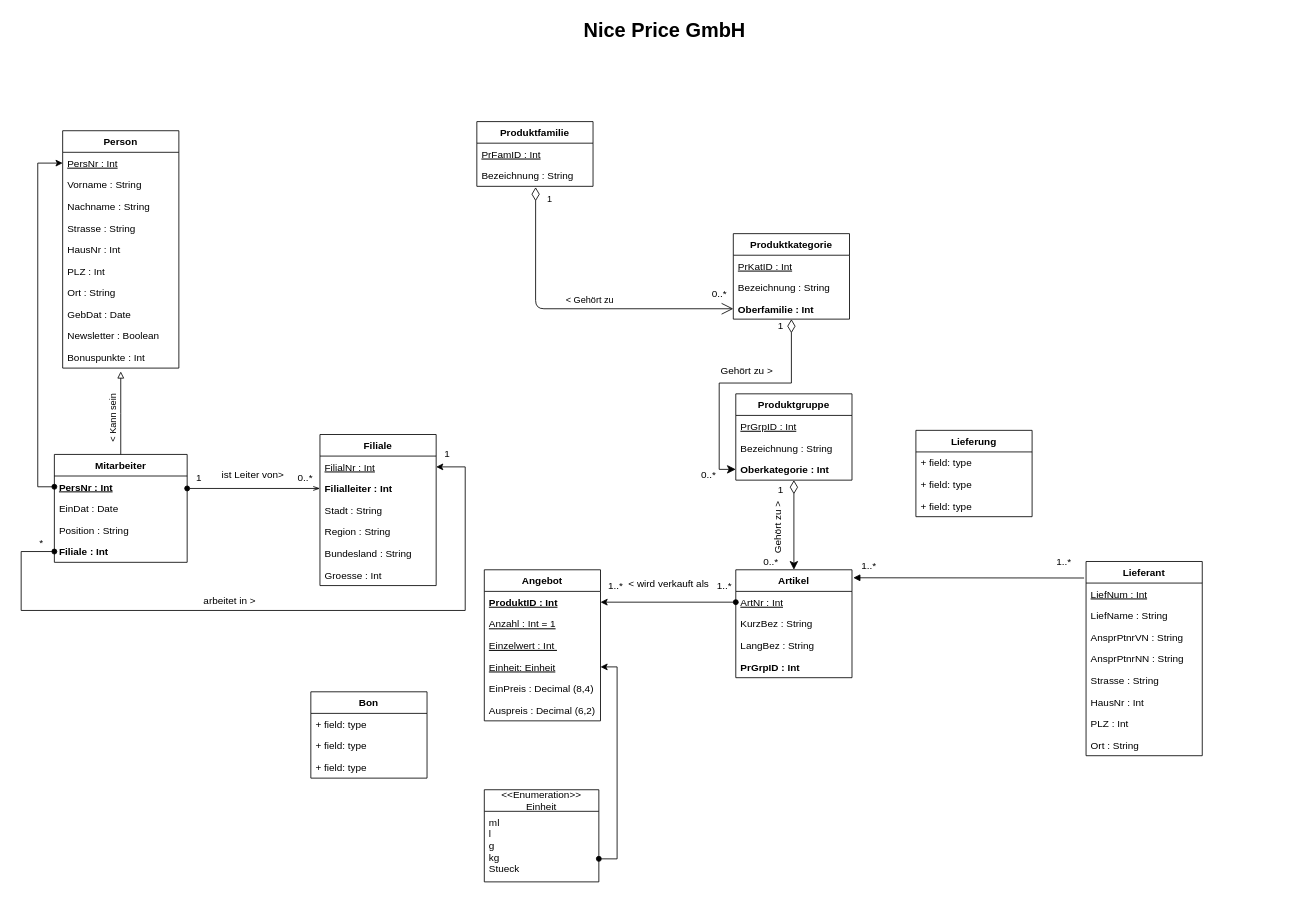
Resteklicken/DBS keeps this draw.io diagram as NicePriceUML.drawio. Above is the earlier version. Source tidied: cells renumbered, new cells numbered last; positions are measured from the earlier drawing's top-left corner, leaving out a move shared by most shapes. Both pictures are drawn from the tidied source at 83%, with x=0, y=0 at pixel (21, 14).
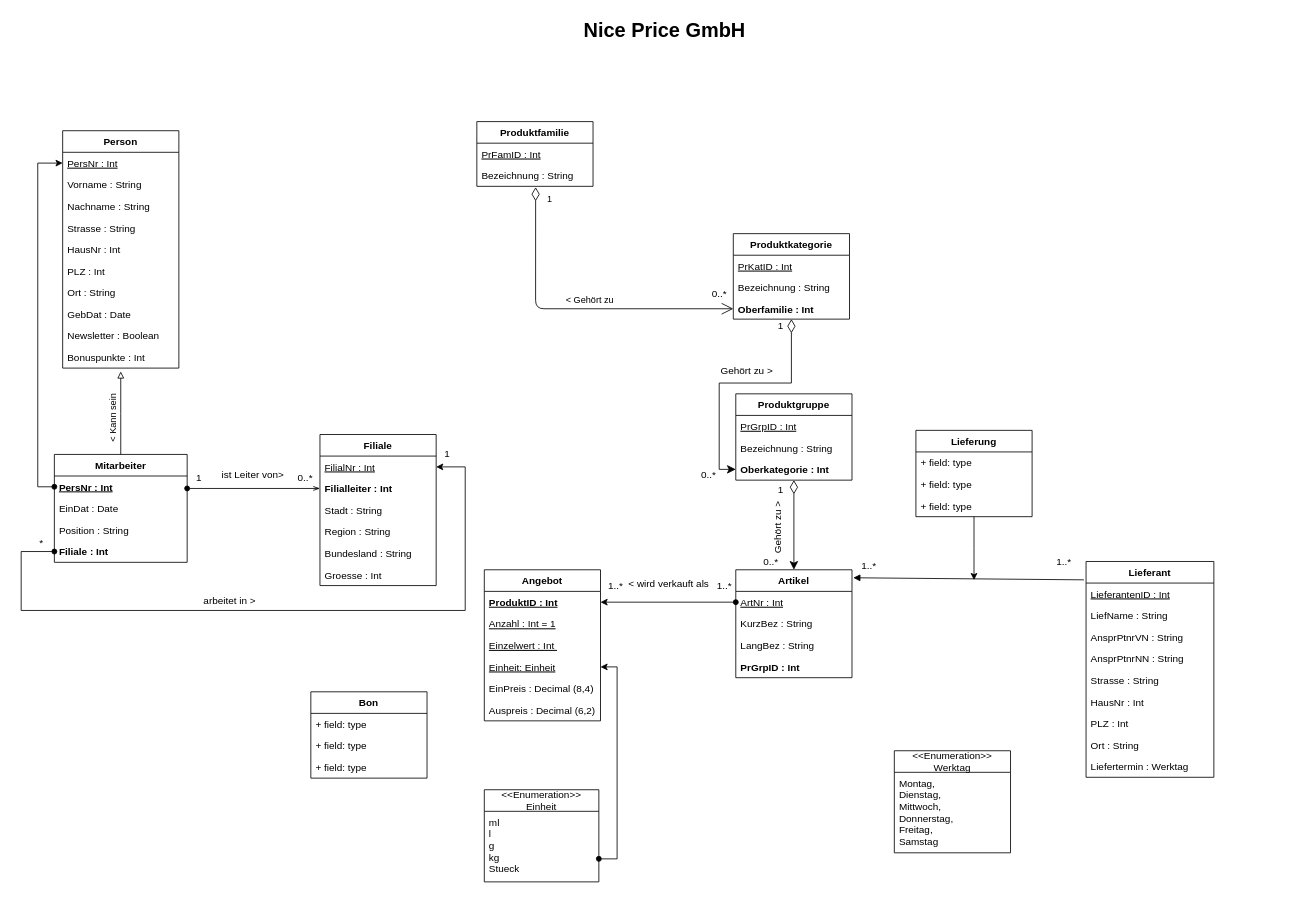
Above is the later version.

Commit message:
added werktag enum

The change refers to these unchanged cells:
```xml
<mxCell id="63" value="Lieferung" style="swimlane;fontStyle=1;horizontal=1;startSize=26;fillColor=none;" parent="1" vertex="1">
  <mxGeometry x="1078" y="501" width="140" height="104" as="geometry" />
</mxCell>
```

Diff of the diagram source:
```diff
@@
     <mxCell id="47" value="Lieferant" style="swimlane;fontStyle=1;horizontal=1;startSize=26;fillColor=none;" parent="1" vertex="1">
-      <mxGeometry x="1283" y="659" width="140" height="234" as="geometry" />
+      <mxGeometry x="1283" y="659" width="154" height="260" as="geometry" />
     </mxCell>
-    <mxCell id="48" value="LiefNum : Int" style="text;strokeColor=none;fillColor=none;align=left;verticalAlign=top;spacingLeft=4;spacingRight=4;overflow=hidden;fontStyle=4;" parent="47" vertex="1">
-      <mxGeometry y="26" width="140" height="26" as="geometry" />
+    <mxCell id="48" value="LieferantenID : Int" style="text;strokeColor=none;fillColor=none;align=left;verticalAlign=top;spacingLeft=4;spacingRight=4;overflow=hidden;fontStyle=4;" parent="47" vertex="1">
+      <mxGeometry y="26" width="154" height="26" as="geometry" />
     </mxCell>
     <mxCell id="49" value="LiefName : String" style="text;strokeColor=none;fillColor=none;align=left;verticalAlign=top;spacingLeft=4;spacingRight=4;overflow=hidden;" parent="47" vertex="1">
-      <mxGeometry y="52" width="140" height="26" as="geometry" />
+      <mxGeometry y="52" width="154" height="26" as="geometry" />
     </mxCell>
     <mxCell id="50" value="AnsprPtnrVN : String" style="text;strokeColor=none;fillColor=none;align=left;verticalAlign=top;spacingLeft=4;spacingRight=4;overflow=hidden;" parent="47" vertex="1">
-      <mxGeometry y="78" width="140" height="26" as="geometry" />
+      <mxGeometry y="78" width="154" height="26" as="geometry" />
     </mxCell>
     <mxCell id="51" value="AnsprPtnrNN : String" style="text;strokeColor=none;fillColor=none;align=left;verticalAlign=top;spacingLeft=4;spacingRight=4;overflow=hidden;" parent="47" vertex="1">
-      <mxGeometry y="104" width="140" height="26" as="geometry" />
+      <mxGeometry y="104" width="154" height="26" as="geometry" />
     </mxCell>
     <mxCell id="52" value="Strasse : String" style="text;strokeColor=none;fillColor=none;align=left;verticalAlign=top;spacingLeft=4;spacingRight=4;overflow=hidden;" parent="47" vertex="1">
-      <mxGeometry y="130" width="140" height="26" as="geometry" />
+      <mxGeometry y="130" width="154" height="26" as="geometry" />
     </mxCell>
     <mxCell id="53" value="HausNr : Int" style="text;strokeColor=none;fillColor=none;align=left;verticalAlign=top;spacingLeft=4;spacingRight=4;overflow=hidden;" parent="47" vertex="1">
-      <mxGeometry y="156" width="140" height="26" as="geometry" />
+      <mxGeometry y="156" width="154" height="26" as="geometry" />
     </mxCell>
     <mxCell id="54" value="PLZ : Int" style="text;strokeColor=none;fillColor=none;align=left;verticalAlign=top;spacingLeft=4;spacingRight=4;overflow=hidden;" parent="47" vertex="1">
-      <mxGeometry y="182" width="140" height="26" as="geometry" />
+      <mxGeometry y="182" width="154" height="26" as="geometry" />
     </mxCell>
     <mxCell id="55" value="Ort : String" style="text;strokeColor=none;fillColor=none;align=left;verticalAlign=top;spacingLeft=4;spacingRight=4;overflow=hidden;" parent="47" vertex="1">
-      <mxGeometry y="208" width="140" height="26" as="geometry" />
+      <mxGeometry y="208" width="154" height="26" as="geometry" />
     </mxCell>
+    <mxCell id="98" value="Liefertermin : Werktag" style="text;strokeColor=none;fillColor=none;align=left;verticalAlign=top;spacingLeft=4;spacingRight=4;overflow=hidden;" parent="47" vertex="1">
+      <mxGeometry y="234" width="154" height="26" as="geometry" />
+    </mxCell>
@@
+    <mxCell id="99" style="edgeStyle=orthogonalEdgeStyle;rounded=0;jettySize=auto;html=1;" parent="1" edge="1" source="63">
+      <mxGeometry relative="1" as="geometry">
+        <mxPoint x="1148" y="681.4" as="targetPoint" />
+      </mxGeometry>
+    </mxCell>
@@
+    <mxCell id="100" value="&lt;&lt;Enumeration&gt;&gt;&#10;Werktag" style="swimlane;fontStyle=0;horizontal=1;startSize=26;fillColor=none;" parent="1" vertex="1">
+      <mxGeometry x="1052" y="887" width="140" height="123" as="geometry" />
+    </mxCell>
+    <mxCell id="101" value="Montag,&#10;Dienstag,&#10;Mittwoch,&#10;Donnerstag,&#10;Freitag,&#10;Samstag" style="text;strokeColor=none;fillColor=none;align=left;verticalAlign=top;spacingLeft=4;spacingRight=4;overflow=hidden;" parent="100" vertex="1">
+      <mxGeometry y="26" width="140" height="97" as="geometry" />
+    </mxCell>
```
